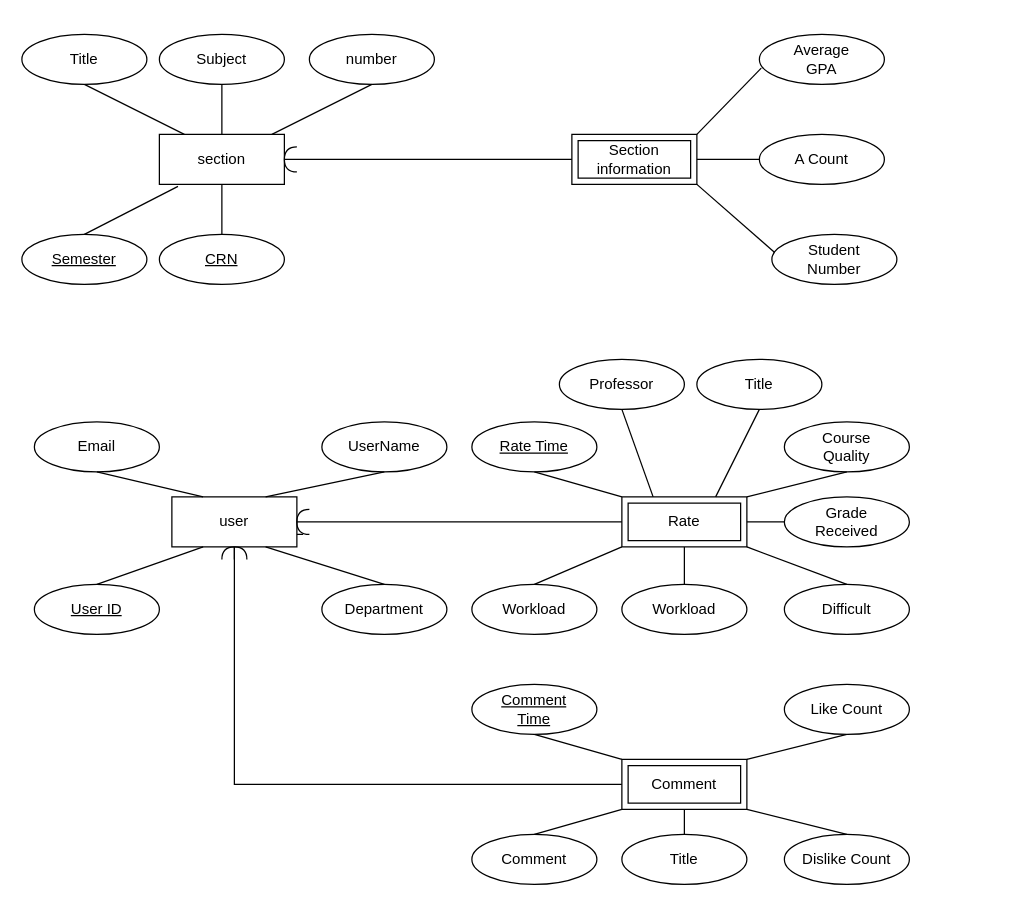
Before: project.drawio in houzey2/cs-411-drawing, a draw.io diagram. Source tidied: cells renumbered, new cells numbered last; positions are measured from the earlier drawing's top-left corner, leaving out a move shared by most shapes. Both pictures are drawn from the tidied source at 125%, with x=0, y=0 at pixel (21, 34).
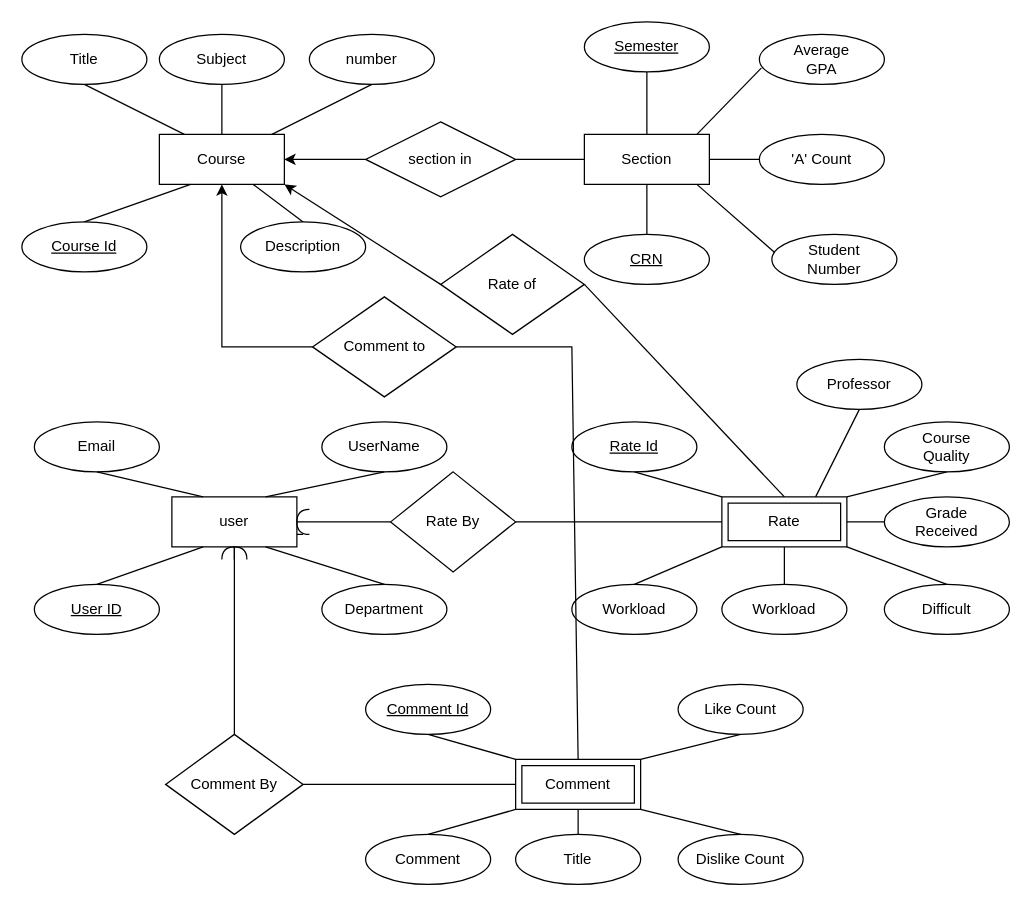
The same diagram, later.

Unchanged cells that the change refers to:
```xml
<mxCell id="15" value="Average &lt;br&gt;GPA" style="ellipse;whiteSpace=wrap;html=1;align=center;" parent="1" vertex="1">
  <mxGeometry x="590" width="100" height="40" as="geometry" />
</mxCell>
<mxCell id="17" value="Student &lt;br&gt;Number" style="ellipse;whiteSpace=wrap;html=1;align=center;" parent="1" vertex="1">
  <mxGeometry x="600" y="160" width="100" height="40" as="geometry" />
</mxCell>
<mxCell id="44" style="shape=requiredInterface;html=1;verticalLabelPosition=bottom;sketch=0;direction=west;" parent="1" vertex="1">
  <mxGeometry x="220" y="380" width="10" height="20" as="geometry" />
</mxCell>
<mxCell id="53" style="shape=requiredInterface;html=1;verticalLabelPosition=bottom;sketch=0;direction=north;" parent="1" vertex="1">
  <mxGeometry x="160" y="410" width="20" height="10" as="geometry" />
</mxCell>
```

Change to the diagram source:
```diff
@@
-    <mxCell id="2" value="section" style="whiteSpace=wrap;html=1;align=center;" parent="1" vertex="1">
+    <mxCell id="2" value="Course" style="whiteSpace=wrap;html=1;align=center;" parent="1" vertex="1">
       <mxGeometry x="110" y="80" width="100" height="40" as="geometry" />
     </mxCell>
@@
     <mxCell id="9" value="Semester" style="ellipse;whiteSpace=wrap;html=1;align=center;fontStyle=4;" parent="1" vertex="1">
-      <mxGeometry y="160" width="100" height="40" as="geometry" />
+      <mxGeometry x="450" y="-10" width="100" height="40" as="geometry" />
     </mxCell>
-    <mxCell id="10" style="endArrow=none;html=1;rounded=0;exitX=0.5;exitY=0;exitDx=0;exitDy=0;entryX=0.149;entryY=1.039;entryDx=0;entryDy=0;entryPerimeter=0;" parent="1" edge="1" source="9" target="2">
+    <mxCell id="10" style="endArrow=none;html=1;rounded=0;exitX=0.5;exitY=1;exitDx=0;exitDy=0;entryX=0.5;entryY=0;entryDx=0;entryDy=0;" parent="1" edge="1" source="9" target="67">
       <mxGeometry relative="1" as="geometry" />
     </mxCell>
     <mxCell id="11" value="CRN" style="ellipse;whiteSpace=wrap;html=1;align=center;fontStyle=4;" parent="1" vertex="1">
-      <mxGeometry x="110" y="160" width="100" height="40" as="geometry" />
+      <mxGeometry x="450" y="160" width="100" height="40" as="geometry" />
     </mxCell>
@@
-    <mxCell id="13" style="endArrow=none;html=1;rounded=0;exitX=0.5;exitY=0;exitDx=0;exitDy=0;" parent="1" edge="1" source="11" target="2">
+    <mxCell id="13" style="endArrow=none;html=1;rounded=0;exitX=0.5;exitY=0;exitDx=0;exitDy=0;entryX=0.5;entryY=1;entryDx=0;entryDy=0;" parent="1" edge="1" source="11" target="67">
       <mxGeometry relative="1" as="geometry" />
     </mxCell>
-    <mxCell id="14" value="Section information" style="shape=ext;margin=3;double=1;whiteSpace=wrap;html=1;align=center;" parent="1" vertex="1">
-      <mxGeometry x="440" y="80" width="100" height="40" as="geometry" />
-    </mxCell>
@@
-    <mxCell id="16" value="A Count" style="ellipse;whiteSpace=wrap;html=1;align=center;" parent="1" vertex="1">
+    <mxCell id="16" value="'A' Count" style="ellipse;whiteSpace=wrap;html=1;align=center;" parent="1" vertex="1">
       <mxGeometry x="590" y="80" width="100" height="40" as="geometry" />
     </mxCell>
@@
-    <mxCell id="18" style="endArrow=none;html=1;rounded=0;exitX=0.015;exitY=0.675;exitDx=0;exitDy=0;exitPerimeter=0;entryX=1;entryY=0;entryDx=0;entryDy=0;" parent="1" edge="1" source="15" target="14">
-      <mxGeometry relative="1" as="geometry" />
+    <mxCell id="18" style="endArrow=none;html=1;rounded=0;exitX=0.015;exitY=0.675;exitDx=0;exitDy=0;exitPerimeter=0;entryX=1;entryY=0;entryDx=0;entryDy=0;" parent="1" edge="1" source="15">
+      <mxGeometry relative="1" as="geometry">
+        <mxPoint x="540" y="80" as="targetPoint" />
+      </mxGeometry>
     </mxCell>
-    <mxCell id="19" style="endArrow=none;html=1;rounded=0;exitX=0;exitY=0.5;exitDx=0;exitDy=0;entryX=1;entryY=0.5;entryDx=0;entryDy=0;" parent="1" edge="1" source="16" target="14">
-      <mxGeometry relative="1" as="geometry" />
+    <mxCell id="19" style="endArrow=none;html=1;rounded=0;exitX=0;exitY=0.5;exitDx=0;exitDy=0;entryX=1;entryY=0.5;entryDx=0;entryDy=0;" parent="1" edge="1" source="16">
+      <mxGeometry relative="1" as="geometry">
+        <mxPoint x="540" y="100" as="targetPoint" />
+      </mxGeometry>
     </mxCell>
-    <mxCell id="20" style="endArrow=none;html=1;rounded=0;exitX=1;exitY=1;exitDx=0;exitDy=0;entryX=0.02;entryY=0.357;entryDx=0;entryDy=0;entryPerimeter=0;" parent="1" edge="1" source="14" target="17">
-      <mxGeometry relative="1" as="geometry" />
+    <mxCell id="20" style="endArrow=none;html=1;rounded=0;exitX=1;exitY=1;exitDx=0;exitDy=0;entryX=0.02;entryY=0.357;entryDx=0;entryDy=0;entryPerimeter=0;" parent="1" edge="1" target="17">
+      <mxGeometry relative="1" as="geometry">
+        <mxPoint x="540" y="120" as="sourcePoint" />
+      </mxGeometry>
     </mxCell>
-    <mxCell id="21" style="shape=requiredInterface;html=1;verticalLabelPosition=bottom;sketch=0;direction=west;" parent="1" vertex="1">
-      <mxGeometry x="210" y="90" width="10" height="20" as="geometry" />
-    </mxCell>
-    <mxCell id="22" style="endArrow=none;html=1;rounded=0;exitX=1;exitY=0.5;exitDx=0;exitDy=0;exitPerimeter=0;entryX=0;entryY=0.5;entryDx=0;entryDy=0;" parent="1" edge="1" source="21" target="14">
-      <mxGeometry relative="1" as="geometry" />
-    </mxCell>
@@
     <mxCell id="31" value="Rate" style="shape=ext;margin=3;double=1;whiteSpace=wrap;html=1;align=center;" parent="1" vertex="1">
-      <mxGeometry x="480" y="370" width="100" height="40" as="geometry" />
+      <mxGeometry x="560" y="370" width="100" height="40" as="geometry" />
     </mxCell>
-    <mxCell id="32" value="Rate Time" style="ellipse;whiteSpace=wrap;html=1;align=center;fontStyle=4;" parent="1" vertex="1">
-      <mxGeometry x="360" y="310" width="100" height="40" as="geometry" />
+    <mxCell id="32" value="Rate Id" style="ellipse;whiteSpace=wrap;html=1;align=center;fontStyle=4;" parent="1" vertex="1">
+      <mxGeometry x="440" y="310" width="100" height="40" as="geometry" />
     </mxCell>
@@
     <mxCell id="34" value="Grade&lt;br&gt;Received" style="ellipse;whiteSpace=wrap;html=1;align=center;" parent="1" vertex="1">
-      <mxGeometry x="610" y="370" width="100" height="40" as="geometry" />
+      <mxGeometry x="690" y="370" width="100" height="40" as="geometry" />
     </mxCell>
     <mxCell id="35" value="Course &lt;br&gt;Quality" style="ellipse;whiteSpace=wrap;html=1;align=center;" parent="1" vertex="1">
-      <mxGeometry x="610" y="310" width="100" height="40" as="geometry" />
+      <mxGeometry x="690" y="310" width="100" height="40" as="geometry" />
     </mxCell>
     <mxCell id="36" value="Difficult" style="ellipse;whiteSpace=wrap;html=1;align=center;" parent="1" vertex="1">
-      <mxGeometry x="610" y="440" width="100" height="40" as="geometry" />
+      <mxGeometry x="690" y="440" width="100" height="40" as="geometry" />
     </mxCell>
     <mxCell id="37" value="Workload" style="ellipse;whiteSpace=wrap;html=1;align=center;" parent="1" vertex="1">
-      <mxGeometry x="480" y="440" width="100" height="40" as="geometry" />
+      <mxGeometry x="560" y="440" width="100" height="40" as="geometry" />
     </mxCell>
     <mxCell id="38" value="Workload" style="ellipse;whiteSpace=wrap;html=1;align=center;" parent="1" vertex="1">
-      <mxGeometry x="360" y="440" width="100" height="40" as="geometry" />
+      <mxGeometry x="440" y="440" width="100" height="40" as="geometry" />
     </mxCell>
@@
-    <mxCell id="46" style="endArrow=none;html=1;rounded=0;exitX=0;exitY=0.5;exitDx=0;exitDy=0;entryX=1;entryY=0.5;entryDx=0;entryDy=0;entryPerimeter=0;" parent="1" edge="1" source="31" target="44">
-      <mxGeometry relative="1" as="geometry" />
-    </mxCell>
-    <mxCell id="47" style="endArrow=none;html=1;rounded=0;exitX=0.25;exitY=0;exitDx=0;exitDy=0;entryX=0.5;entryY=1;entryDx=0;entryDy=0;" parent="1" edge="1" source="31" target="48">
+    <mxCell id="47" style="endArrow=none;html=1;rounded=0;exitX=0.75;exitY=0;exitDx=0;exitDy=0;entryX=0.5;entryY=1;entryDx=0;entryDy=0;" parent="1" edge="1" source="31" target="48">
       <mxGeometry relative="1" as="geometry" />
     </mxCell>
     <mxCell id="48" value="Professor" style="ellipse;whiteSpace=wrap;html=1;align=center;" parent="1" vertex="1">
-      <mxGeometry x="430" y="260" width="100" height="40" as="geometry" />
+      <mxGeometry x="620" y="260" width="100" height="40" as="geometry" />
     </mxCell>
-    <mxCell id="49" value="Title" style="ellipse;whiteSpace=wrap;html=1;align=center;" parent="1" vertex="1">
-      <mxGeometry x="540" y="260" width="100" height="40" as="geometry" />
-    </mxCell>
-    <mxCell id="50" style="endArrow=none;html=1;rounded=0;exitX=0.75;exitY=0;exitDx=0;exitDy=0;entryX=0.5;entryY=1;entryDx=0;entryDy=0;" parent="1" edge="1" source="31" target="49">
-      <mxGeometry relative="1" as="geometry" />
-    </mxCell>
-    <mxCell id="51" style="endArrow=none;html=1;rounded=0;entryX=0;entryY=0.5;entryDx=0;entryDy=0;exitX=1;exitY=0.5;exitDx=0;exitDy=0;startArrow=none;exitPerimeter=0;" parent="1" edge="1" source="53" target="52">
-      <mxGeometry relative="1" as="geometry">
-        <Array as="points">
-          <mxPoint x="170" y="600" />
-        </Array>
-      </mxGeometry>
-    </mxCell>
     <mxCell id="52" value="Comment" style="shape=ext;margin=3;double=1;whiteSpace=wrap;html=1;align=center;" parent="1" vertex="1">
-      <mxGeometry x="480" y="580" width="100" height="40" as="geometry" />
+      <mxGeometry x="395" y="580" width="100" height="40" as="geometry" />
     </mxCell>
@@
-    <mxCell id="56" value="Comment &lt;br&gt;Time" style="ellipse;whiteSpace=wrap;html=1;align=center;fontStyle=4;" parent="1" vertex="1">
-      <mxGeometry x="360" y="520" width="100" height="40" as="geometry" />
+    <mxCell id="56" value="Comment Id" style="ellipse;whiteSpace=wrap;html=1;align=center;fontStyle=4;" parent="1" vertex="1">
+      <mxGeometry x="275" y="520" width="100" height="40" as="geometry" />
     </mxCell>
     <mxCell id="57" value="Comment" style="ellipse;whiteSpace=wrap;html=1;align=center;" parent="1" vertex="1">
-      <mxGeometry x="360" y="640" width="100" height="40" as="geometry" />
+      <mxGeometry x="275" y="640" width="100" height="40" as="geometry" />
     </mxCell>
@@
     <mxCell id="60" value="Like Count" style="ellipse;whiteSpace=wrap;html=1;align=center;" parent="1" vertex="1">
-      <mxGeometry x="610" y="520" width="100" height="40" as="geometry" />
+      <mxGeometry x="525" y="520" width="100" height="40" as="geometry" />
     </mxCell>
     <mxCell id="61" value="Dislike Count" style="ellipse;whiteSpace=wrap;html=1;align=center;" parent="1" vertex="1">
-      <mxGeometry x="610" y="640" width="100" height="40" as="geometry" />
+      <mxGeometry x="525" y="640" width="100" height="40" as="geometry" />
     </mxCell>
@@
     <mxCell id="64" value="Title" style="ellipse;whiteSpace=wrap;html=1;align=center;" parent="1" vertex="1">
-      <mxGeometry x="480" y="640" width="100" height="40" as="geometry" />
+      <mxGeometry x="395" y="640" width="100" height="40" as="geometry" />
     </mxCell>
+    <mxCell id="65" style="endArrow=none;html=1;rounded=0;exitX=0.75;exitY=1;exitDx=0;exitDy=0;entryX=0.5;entryY=0;entryDx=0;entryDy=0;" parent="1" edge="1" source="2" target="66">
+      <mxGeometry relative="1" as="geometry" />
+    </mxCell>
+    <mxCell id="66" value="Description" style="ellipse;whiteSpace=wrap;html=1;align=center;" parent="1" vertex="1">
+      <mxGeometry x="175" y="150" width="100" height="40" as="geometry" />
+    </mxCell>
+    <mxCell id="67" value="Section" style="whiteSpace=wrap;html=1;align=center;" parent="1" vertex="1">
+      <mxGeometry x="450" y="80" width="100" height="40" as="geometry" />
+    </mxCell>
+    <mxCell id="68" value="&lt;u&gt;Course Id&lt;/u&gt;" style="ellipse;whiteSpace=wrap;html=1;align=center;" parent="1" vertex="1">
+      <mxGeometry y="150" width="100" height="40" as="geometry" />
+    </mxCell>
+    <mxCell id="69" style="endArrow=none;html=1;rounded=0;exitX=0.5;exitY=0;exitDx=0;exitDy=0;entryX=0.25;entryY=1;entryDx=0;entryDy=0;" parent="1" edge="1" source="68" target="2">
+      <mxGeometry relative="1" as="geometry" />
+    </mxCell>
+    <mxCell id="70" value="section in" style="shape=rhombus;perimeter=rhombusPerimeter;whiteSpace=wrap;html=1;align=center;" parent="1" vertex="1">
+      <mxGeometry x="275" y="70" width="120" height="60" as="geometry" />
+    </mxCell>
+    <mxCell id="71" style="endArrow=none;html=1;rounded=0;exitX=1;exitY=0.5;exitDx=0;exitDy=0;" parent="1" edge="1" source="70" target="67">
+      <mxGeometry relative="1" as="geometry" />
+    </mxCell>
+    <mxCell id="72" style="endArrow=classic;html=1;rounded=0;entryX=1;entryY=0.5;entryDx=0;entryDy=0;exitX=0;exitY=0.5;exitDx=0;exitDy=0;" parent="1" edge="1" source="70" target="2">
+      <mxGeometry relative="1" as="geometry" />
+    </mxCell>
+    <mxCell id="73" value="Rate By" style="rhombus;whiteSpace=wrap;html=1;" parent="1" vertex="1">
+      <mxGeometry x="295" y="350" width="100" height="80" as="geometry" />
+    </mxCell>
+    <mxCell id="74" style="endArrow=none;html=1;rounded=0;exitX=1;exitY=0.5;exitDx=0;exitDy=0;exitPerimeter=0;entryX=0;entryY=0.5;entryDx=0;entryDy=0;" parent="1" edge="1" source="44" target="73">
+      <mxGeometry relative="1" as="geometry" />
+    </mxCell>
+    <mxCell id="75" value="Comment By" style="rhombus;whiteSpace=wrap;html=1;" parent="1" vertex="1">
+      <mxGeometry x="115" y="560" width="110" height="80" as="geometry" />
+    </mxCell>
+    <mxCell id="76" style="endArrow=none;html=1;rounded=0;exitX=0.5;exitY=0;exitDx=0;exitDy=0;entryX=1;entryY=0.5;entryDx=0;entryDy=0;entryPerimeter=0;" parent="1" edge="1" source="75" target="53">
+      <mxGeometry relative="1" as="geometry" />
+    </mxCell>
+    <mxCell id="77" value="Rate of" style="rhombus;whiteSpace=wrap;html=1;" parent="1" vertex="1">
+      <mxGeometry x="335" y="160" width="115" height="80" as="geometry" />
+    </mxCell>
+    <mxCell id="78" style="endArrow=classic;html=1;rounded=0;exitX=0;exitY=0.5;exitDx=0;exitDy=0;entryX=1;entryY=1;entryDx=0;entryDy=0;" parent="1" edge="1" source="77" target="2">
+      <mxGeometry relative="1" as="geometry" />
+    </mxCell>
+    <mxCell id="79" style="endArrow=none;html=1;rounded=0;exitX=0.5;exitY=0;exitDx=0;exitDy=0;entryX=1;entryY=0.5;entryDx=0;entryDy=0;" parent="1" edge="1" source="31" target="77">
+      <mxGeometry relative="1" as="geometry" />
+    </mxCell>
+    <mxCell id="80" style="endArrow=none;html=1;rounded=0;exitX=1;exitY=0.5;exitDx=0;exitDy=0;" parent="1" edge="1" source="73" target="31">
+      <mxGeometry relative="1" as="geometry" />
+    </mxCell>
+    <mxCell id="81" style="endArrow=none;html=1;rounded=0;exitX=1;exitY=0.5;exitDx=0;exitDy=0;entryX=0;entryY=0.5;entryDx=0;entryDy=0;" parent="1" edge="1" source="75" target="52">
+      <mxGeometry relative="1" as="geometry" />
+    </mxCell>
+    <mxCell id="82" value="Comment to" style="rhombus;whiteSpace=wrap;html=1;" parent="1" vertex="1">
+      <mxGeometry x="232.5" y="210" width="115" height="80" as="geometry" />
+    </mxCell>
+    <mxCell id="83" style="endArrow=none;html=1;rounded=0;exitX=0.5;exitY=0;exitDx=0;exitDy=0;entryX=1;entryY=0.5;entryDx=0;entryDy=0;" parent="1" edge="1" source="52" target="82">
+      <mxGeometry relative="1" as="geometry">
+        <Array as="points">
+          <mxPoint x="440" y="250" />
+        </Array>
+      </mxGeometry>
+    </mxCell>
+    <mxCell id="84" style="endArrow=classic;html=1;rounded=0;entryX=0.5;entryY=1;entryDx=0;entryDy=0;exitX=0;exitY=0.5;exitDx=0;exitDy=0;" parent="1" edge="1" source="82" target="2">
+      <mxGeometry relative="1" as="geometry">
+        <Array as="points">
+          <mxPoint x="160" y="250" />
+        </Array>
+      </mxGeometry>
+    </mxCell>
```
